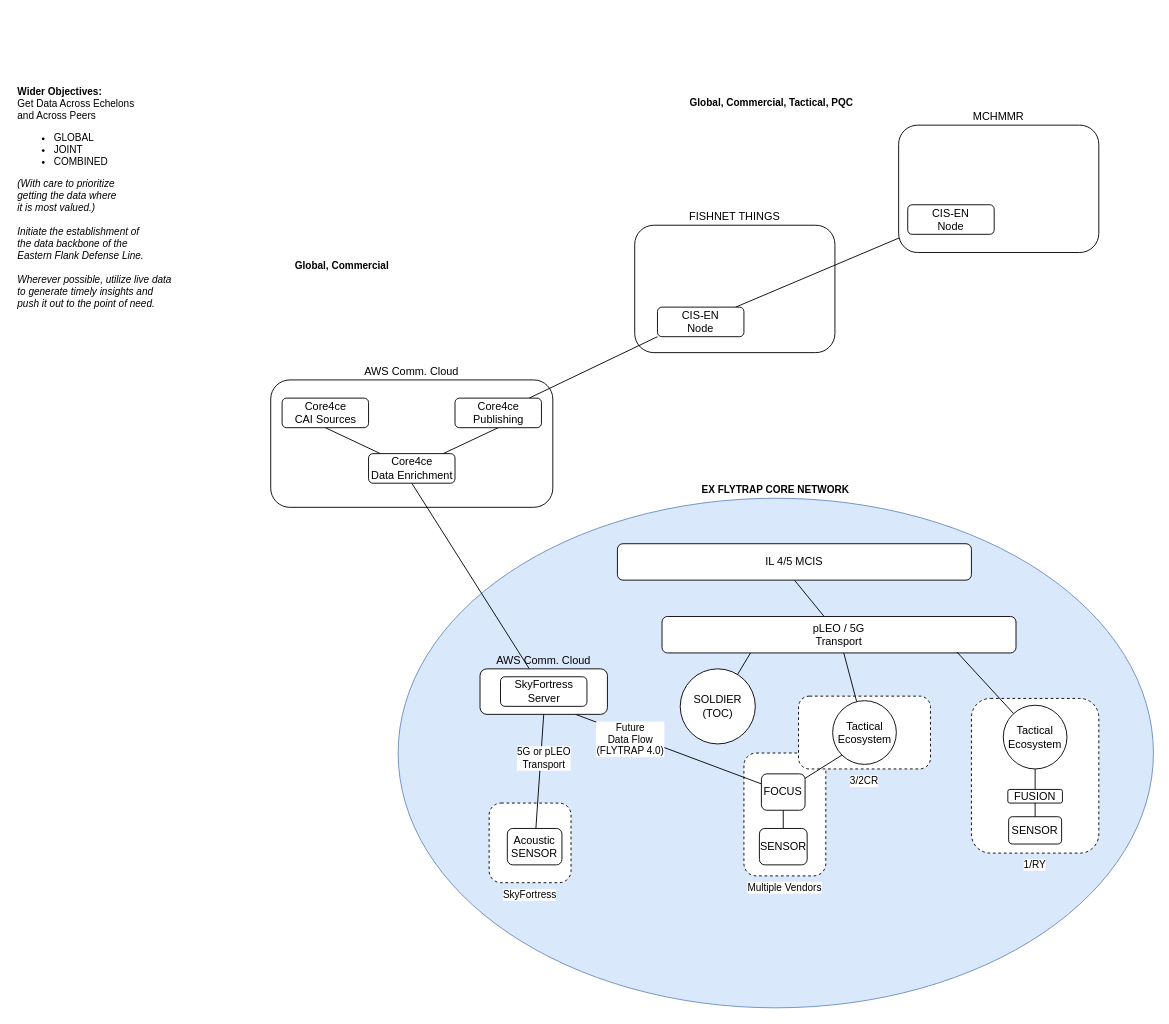
dlf-dds/FLYTRAP-ALL-ARCH keeps this draw.io diagram as global/core4ce/EXFLYTRAP-Core4ce.drawio. Above is the earlier version. Source tidied: cells renumbered, new cells numbered last; positions are measured from the earlier drawing's top-left corner, leaving out a move shared by most shapes. Both pictures are drawn from the tidied source at 91%, with x=0, y=0 at pixel (15, 79).
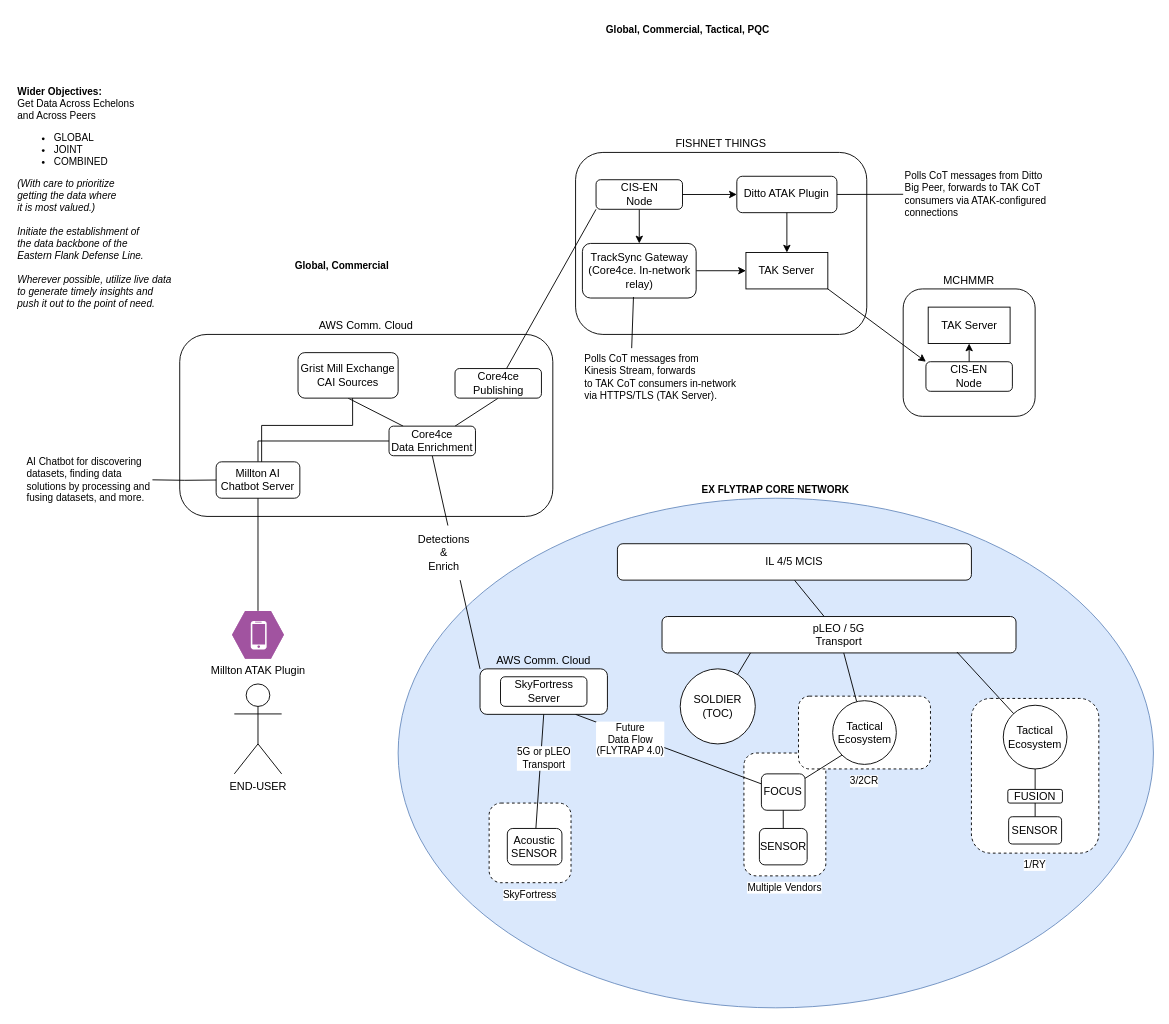
The same page after the edit.

Commit message (it also covers changes not shown here):
Initial Core4ce architecture update

Unchanged cells that the change refers to:
```xml
<mxCell id="22" value="AWS Comm. Cloud" style="rounded=1;whiteSpace=wrap;html=1;labelPosition=center;verticalLabelPosition=top;align=center;verticalAlign=bottom;" parent="1" vertex="1">
  <mxGeometry x="510" y="647.5" width="140" height="50" as="geometry" />
</mxCell>
```

What changed in the source:
```diff
@@
     <mxCell id="2" value="FISHNET THINGS" style="rounded=1;whiteSpace=wrap;html=1;labelPosition=center;verticalLabelPosition=top;align=center;verticalAlign=bottom;" parent="1" vertex="1">
-      <mxGeometry x="680" y="160" width="220" height="140" as="geometry" />
+      <mxGeometry x="615" y="80" width="320" height="200" as="geometry" />
     </mxCell>
     <mxCell id="3" value="AWS Comm. Cloud" style="rounded=1;whiteSpace=wrap;html=1;labelPosition=center;verticalLabelPosition=top;align=center;verticalAlign=bottom;" parent="1" vertex="1">
-      <mxGeometry x="280" y="330" width="310" height="140" as="geometry" />
+      <mxGeometry x="180" y="280" width="410" height="200" as="geometry" />
     </mxCell>
@@
-    <mxCell id="21" style="edgeStyle=none;shape=connector;rounded=0;jettySize=auto;html=1;entryX=0.5;entryY=1;entryDx=0;entryDy=0;strokeColor=default;align=center;verticalAlign=middle;fontFamily=Helvetica;fontSize=11;fontColor=default;labelBackgroundColor=default;startFill=0;endArrow=none;" parent="1" edge="1" source="22" target="38">
+    <mxCell id="21" style="edgeStyle=none;shape=connector;rounded=0;jettySize=auto;html=1;entryX=0.5;entryY=1;entryDx=0;entryDy=0;strokeColor=default;align=center;verticalAlign=middle;fontFamily=Helvetica;fontSize=11;fontColor=default;labelBackgroundColor=default;startFill=0;endArrow=none;exitX=0;exitY=0;exitDx=0;exitDy=0;" parent="1" edge="1" source="22" target="38">
       <mxGeometry relative="1" as="geometry" />
     </mxCell>
@@
+    <mxCell id="47" style="edgeStyle=orthogonalEdgeStyle;rounded=0;jettySize=auto;html=1;entryX=0.5;entryY=0;entryDx=0;entryDy=0;endArrow=none;startFill=0;" parent="1" edge="1" source="38" target="49">
+      <mxGeometry relative="1" as="geometry" />
+    </mxCell>
     <mxCell id="38" value="Core4ce&lt;div&gt;Data Enrichment&lt;/div&gt;" style="rounded=1;whiteSpace=wrap;html=1;" parent="1" vertex="1">
-      <mxGeometry x="387.5" y="411" width="95" height="32.5" as="geometry" />
+      <mxGeometry x="410" y="380.8" width="95" height="32.5" as="geometry" />
     </mxCell>
-    <mxCell id="39" value="Core4ce&lt;div&gt;CAI Sources&lt;/div&gt;" style="rounded=1;whiteSpace=wrap;html=1;" parent="1" vertex="1">
-      <mxGeometry x="292.5" y="350" width="95" height="32.5" as="geometry" />
+    <mxCell id="39" value="Grist Mill Exchange CAI&amp;nbsp;&lt;span style=&quot;background-color: transparent; color: light-dark(rgb(0, 0, 0), rgb(255, 255, 255));&quot;&gt;Sources&lt;/span&gt;" style="rounded=1;whiteSpace=wrap;html=1;" parent="1" vertex="1">
+      <mxGeometry x="310" y="300" width="110" height="50" as="geometry" />
     </mxCell>
@@
     <mxCell id="41" value="Core4ce&lt;div&gt;Publishing&lt;/div&gt;" style="rounded=1;whiteSpace=wrap;html=1;" parent="1" vertex="1">
-      <mxGeometry x="482.5" y="350" width="95" height="32.5" as="geometry" />
+      <mxGeometry x="482.5" y="317.5" width="95" height="32.5" as="geometry" />
     </mxCell>
-    <mxCell id="42" style="edgeStyle=none;shape=connector;rounded=0;jettySize=auto;html=1;entryX=0;entryY=1;entryDx=0;entryDy=0;strokeColor=default;align=center;verticalAlign=middle;fontFamily=Helvetica;fontSize=11;fontColor=default;labelBackgroundColor=default;startFill=0;endArrow=none;" parent="1" edge="1" source="43" target="45">
-      <mxGeometry relative="1" as="geometry" />
-    </mxCell>
+    <mxCell id="48" style="rounded=0;jettySize=auto;html=1;" parent="1" edge="1" source="43" target="56">
+      <mxGeometry relative="1" as="geometry" />
+    </mxCell>
     <mxCell id="43" value="CIS-EN&lt;div&gt;Node&lt;/div&gt;" style="rounded=1;whiteSpace=wrap;html=1;" parent="1" vertex="1">
-      <mxGeometry x="705" y="250" width="95" height="32.5" as="geometry" />
+      <mxGeometry x="637.5" y="110" width="95" height="32.5" as="geometry" />
     </mxCell>
     <mxCell id="44" value="MCHMMR" style="rounded=1;whiteSpace=wrap;html=1;labelPosition=center;verticalLabelPosition=top;align=center;verticalAlign=bottom;" parent="1" vertex="1">
-      <mxGeometry x="970" y="50" width="220" height="140" as="geometry" />
+      <mxGeometry x="975" y="230" width="145" height="140" as="geometry" />
     </mxCell>
     <mxCell id="45" value="CIS-EN&lt;div&gt;Node&lt;/div&gt;" style="rounded=1;whiteSpace=wrap;html=1;" parent="1" vertex="1">
-      <mxGeometry x="980" y="137.5" width="95" height="32.5" as="geometry" />
+      <mxGeometry x="1000" y="310" width="95" height="32.5" as="geometry" />
     </mxCell>
     <mxCell id="46" value="&lt;b&gt;Global, Commercial, Tactical, PQC&lt;/b&gt;" style="text;html=1;align=center;verticalAlign=middle;strokeColor=none;fillColor=none;fontFamily=Helvetica;fontSize=11;fontColor=default;labelBackgroundColor=default;" parent="1" vertex="1">
-      <mxGeometry x="730" y="10" width="200" height="30" as="geometry" />
+      <mxGeometry x="637.5" y="-70" width="200" height="30" as="geometry" />
     </mxCell>
+    <mxCell id="49" value="Millton AI Chatbot Server" style="rounded=1;whiteSpace=wrap;html=1;" parent="1" vertex="1">
+      <mxGeometry x="220" y="420" width="92" height="40" as="geometry" />
+    </mxCell>
+    <mxCell id="50" style="rounded=0;jettySize=auto;html=1;entryX=0.5;entryY=1;entryDx=0;entryDy=0;endArrow=none;startFill=0;exitX=0.5;exitY=0;exitDx=0;exitDy=0;exitPerimeter=0;" parent="1" edge="1" source="52" target="49">
+      <mxGeometry relative="1" as="geometry" />
+    </mxCell>
+    <mxCell id="51" value="END-USER" style="shape=umlActor;verticalLabelPosition=bottom;verticalAlign=top;html=1;" parent="1" vertex="1">
+      <mxGeometry x="240" y="664.1" width="52" height="98.8" as="geometry" />
+    </mxCell>
+    <mxCell id="52" value="Millton ATAK Plugin" style="verticalLabelPosition=bottom;sketch=0;html=1;fillColor=#A153A0;strokeColor=#ffffff;verticalAlign=top;align=center;points=[[0,0.5,0],[0.125,0.25,0],[0.25,0,0],[0.5,0,0],[0.75,0,0],[0.875,0.25,0],[1,0.5,0],[0.875,0.75,0],[0.75,1,0],[0.5,1,0],[0.125,0.75,0]];shape=mxgraph.cisco_safe.compositeIcon;bgIcon=mxgraph.cisco_safe.design.blank_device;resIcon=mxgraph.cisco_safe.design.mobile_device;" parent="1" vertex="1">
+      <mxGeometry x="237.5" y="583.8" width="57" height="52.5" as="geometry" />
+    </mxCell>
+    <mxCell id="53" value="Detections&lt;br&gt;&amp;amp;&lt;br&gt;Enrich" style="text;html=1;align=center;verticalAlign=middle;fillColor=default;" parent="1" vertex="1">
+      <mxGeometry x="430" y="490" width="80" height="60" as="geometry" />
+    </mxCell>
+    <mxCell id="54" value="&lt;div&gt;TAK Server&lt;/div&gt;" style="rounded=0;whiteSpace=wrap;html=1;" parent="1" vertex="1">
+      <mxGeometry x="802.2" y="190" width="90" height="40" as="geometry" />
+    </mxCell>
+    <mxCell id="55" style="rounded=0;jettySize=auto;html=1;" parent="1" edge="1" source="56" target="54">
+      <mxGeometry relative="1" as="geometry" />
+    </mxCell>
+    <mxCell id="56" value="TrackSync Gateway&lt;br&gt;(Core4ce. In-network relay)" style="rounded=1;whiteSpace=wrap;html=1;" parent="1" vertex="1">
+      <mxGeometry x="622.5" y="180" width="125" height="60" as="geometry" />
+    </mxCell>
+    <mxCell id="57" style="rounded=0;jettySize=auto;html=1;endArrow=none;startFill=0;" parent="1" edge="1" source="49">
+      <mxGeometry relative="1" as="geometry">
+        <mxPoint x="220" y="440" as="targetPoint" />
+      </mxGeometry>
+    </mxCell>
+    <mxCell id="58" value="&lt;font&gt;Polls CoT messages from&lt;/font&gt;&lt;div&gt;&lt;font&gt;Kinesis Stream, forwards&lt;/font&gt;&lt;/div&gt;&lt;div&gt;&lt;font&gt;to TAK CoT consumers in-network&lt;/font&gt;&lt;/div&gt;&lt;div&gt;&lt;font&gt;via HTTPS/TLS (TAK Server).&amp;nbsp;&lt;/font&gt;&lt;/div&gt;" style="text;html=1;align=left;verticalAlign=middle;points=[];fontSize=11;fontColor=light-dark(#000000,#E6E6E6);" parent="1" vertex="1">
+      <mxGeometry x="622.5" y="292" width="190" height="70" as="geometry" />
+    </mxCell>
+    <mxCell id="59" style="edgeStyle=orthogonalEdgeStyle;rounded=0;jettySize=auto;html=1;exitX=1;exitY=0.5;exitDx=0;exitDy=0;strokeColor=light-dark(#000000,#999999);endArrow=none;endFill=0;entryX=0;entryY=0.5;entryDx=0;entryDy=0;" parent="1" edge="1" target="49">
+      <mxGeometry relative="1" as="geometry">
+        <mxPoint x="150" y="439.8" as="sourcePoint" />
+      </mxGeometry>
+    </mxCell>
+    <mxCell id="60" value="AI Chatbot for discovering&lt;div&gt;datasets,&amp;nbsp;&lt;span style=&quot;background-color: transparent;&quot;&gt;finding data&amp;nbsp;&lt;/span&gt;&lt;/div&gt;&lt;div&gt;&lt;span style=&quot;background-color: transparent;&quot;&gt;solutions&amp;nbsp;&lt;/span&gt;&lt;span style=&quot;background-color: transparent;&quot;&gt;by processing&amp;nbsp;&lt;/span&gt;&lt;span style=&quot;background-color: transparent;&quot;&gt;and&lt;/span&gt;&lt;/div&gt;&lt;div&gt;&lt;span style=&quot;background-color: transparent;&quot;&gt;fusing&lt;/span&gt;&lt;span style=&quot;background-color: transparent;&quot;&gt;&amp;nbsp;datasets, and more.&lt;/span&gt;&lt;/div&gt;" style="text;html=1;align=left;verticalAlign=middle;fontSize=11;fontColor=light-dark(#000000,#E6E6E6);" parent="1" vertex="1">
+      <mxGeometry x="10" y="405" width="160" height="70" as="geometry" />
+    </mxCell>
+    <mxCell id="61" style="edgeStyle=none;jettySize=auto;html=1;rounded=0;entryX=0.545;entryY=1;entryDx=0;entryDy=0;entryPerimeter=0;endArrow=none;endFill=0;" parent="1" edge="1" target="39">
+      <mxGeometry relative="1" as="geometry">
+        <mxPoint x="270" y="420" as="sourcePoint" />
+        <Array as="points">
+          <mxPoint x="270" y="380" />
+          <mxPoint x="370" y="380" />
+        </Array>
+      </mxGeometry>
+    </mxCell>
+    <mxCell id="62" style="rounded=0;jettySize=auto;html=1;strokeColor=light-dark(#000000,#999999);endArrow=none;endFill=0;exitX=0.449;exitY=0.981;exitDx=0;exitDy=0;exitPerimeter=0;entryX=0.285;entryY=0.044;entryDx=0;entryDy=0;entryPerimeter=0;" parent="1" edge="1" source="56" target="58">
+      <mxGeometry relative="1" as="geometry" />
+    </mxCell>
+    <mxCell id="63" value="Ditto ATAK Plugin" style="rounded=1;whiteSpace=wrap;html=1;" parent="1" vertex="1">
+      <mxGeometry x="792.2" y="106.2" width="110" height="40" as="geometry" />
+    </mxCell>
+    <mxCell id="64" style="edgeStyle=none;jettySize=auto;html=1;rounded=0;exitX=1;exitY=0.5;exitDx=0;exitDy=0;entryX=0;entryY=0.5;entryDx=0;entryDy=0;" parent="1" edge="1" source="43" target="63">
+      <mxGeometry relative="1" as="geometry" />
+    </mxCell>
+    <mxCell id="65" style="edgeStyle=none;jettySize=auto;html=1;rounded=0;exitX=0.5;exitY=1;exitDx=0;exitDy=0;entryX=0.5;entryY=0;entryDx=0;entryDy=0;" parent="1" edge="1" source="63" target="54">
+      <mxGeometry relative="1" as="geometry" />
+    </mxCell>
+    <mxCell id="66" style="rounded=0;jettySize=auto;html=1;strokeColor=light-dark(#000000,#999999);endArrow=none;endFill=0;exitX=1;exitY=0.5;exitDx=0;exitDy=0;" parent="1" edge="1" source="63">
+      <mxGeometry relative="1" as="geometry">
+        <mxPoint x="975" y="126" as="targetPoint" />
+      </mxGeometry>
+    </mxCell>
+    <mxCell id="67" value="Polls CoT messages from Ditto&lt;div&gt;Big Peer, forwards to TAK CoT&lt;/div&gt;&lt;div&gt;consumers via ATAK-configured&lt;/div&gt;&lt;div&gt;connections&lt;/div&gt;" style="text;html=1;align=left;verticalAlign=middle;fontSize=11;fontColor=light-dark(#000000,#E6E6E6);" parent="1" vertex="1">
+      <mxGeometry x="975" y="91.2" width="180" height="70" as="geometry" />
+    </mxCell>
+    <mxCell id="68" style="edgeStyle=none;jettySize=auto;html=1;rounded=0;exitX=1;exitY=1;exitDx=0;exitDy=0;entryX=0;entryY=0;entryDx=0;entryDy=0;" parent="1" edge="1" source="54" target="45">
+      <mxGeometry relative="1" as="geometry" />
+    </mxCell>
+    <mxCell id="69" value="&lt;div&gt;TAK Server&lt;/div&gt;" style="rounded=0;whiteSpace=wrap;html=1;" parent="1" vertex="1">
+      <mxGeometry x="1002.5" y="250" width="90" height="40" as="geometry" />
+    </mxCell>
+    <mxCell id="70" style="edgeStyle=none;jettySize=auto;html=1;rounded=0;entryX=0.5;entryY=1;entryDx=0;entryDy=0;exitX=0.5;exitY=0;exitDx=0;exitDy=0;" parent="1" edge="1" source="45" target="69">
+      <mxGeometry relative="1" as="geometry" />
+    </mxCell>
```
